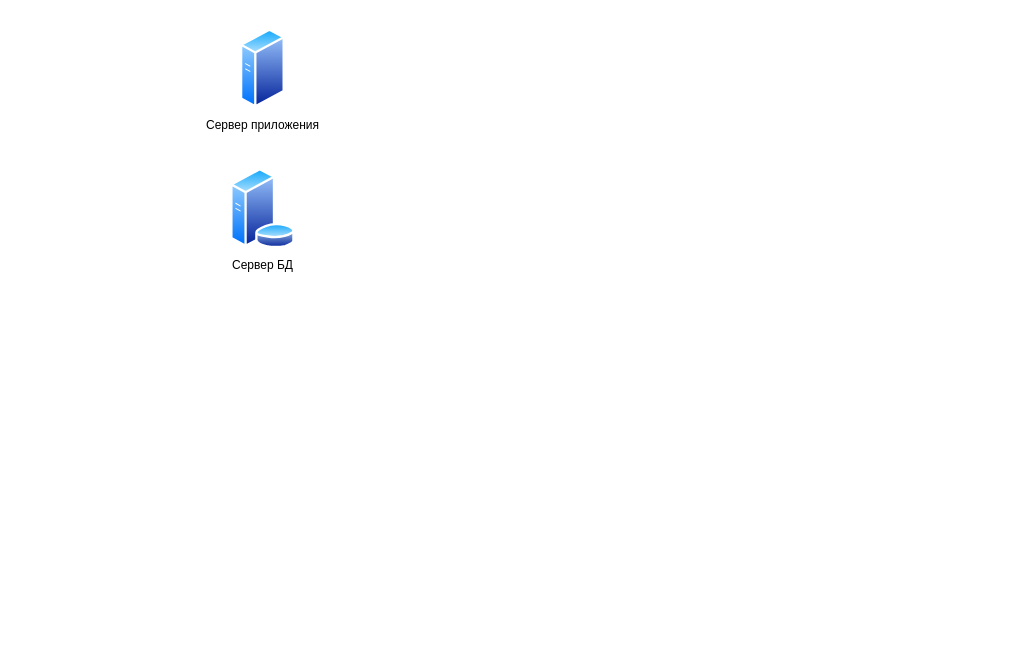
This is Схема расположения компонентов ИС.drawio from oussamanech/Git01, a draw.io file, before an edit. Source tidied: cells renumbered, new cells numbered last; positions are measured from the earlier drawing's top-left corner, leaving out a move shared by most shapes. Both pictures are drawn from the tidied source at 100%, with x=0, y=0 at pixel (230, 28).
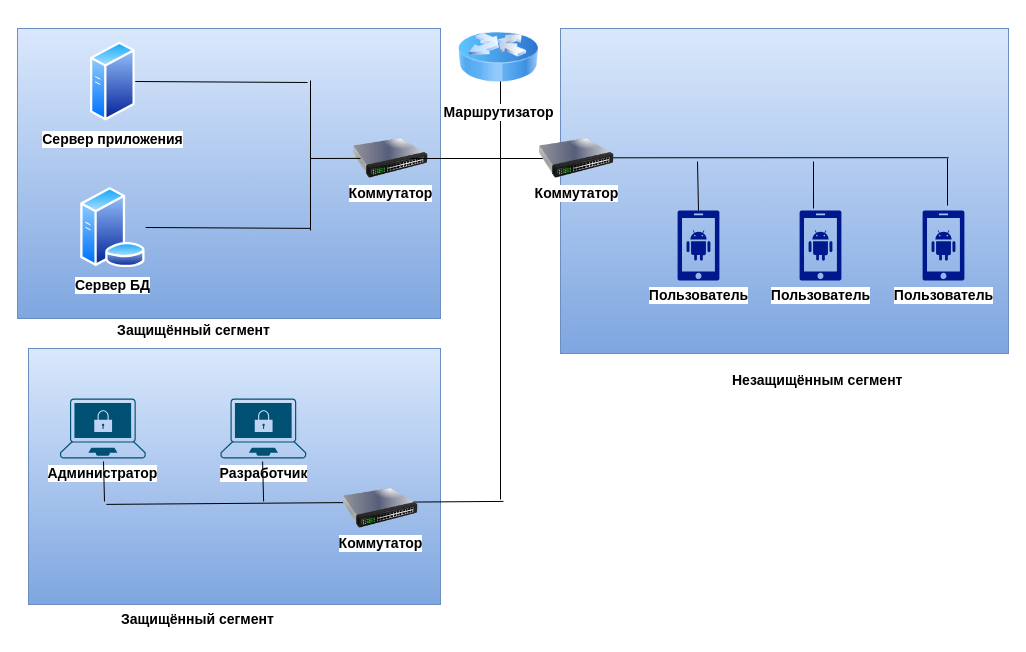
The same page after the edit.

What changed in the source:
```diff
@@
+    <mxCell id="4" style="rounded=0;whiteSpace=wrap;html=1;sketch=0;strokeColor=#6c8ebf;fillColor=#dae8fc;gradientColor=#7ea6e0;fontColor=#000000;fontSize=14;labelBackgroundColor=default;fontStyle=1;" parent="1" vertex="1">
+      <mxGeometry x="330" width="448" height="325" as="geometry" />
+    </mxCell>
+    <mxCell id="5" style="rounded=0;whiteSpace=wrap;html=1;sketch=0;strokeColor=#6c8ebf;fillColor=#dae8fc;gradientColor=#7ea6e0;fontColor=#000000;fontSize=14;labelBackgroundColor=default;fontStyle=1;" parent="1" vertex="1">
+      <mxGeometry x="-213" width="423" height="290" as="geometry" />
+    </mxCell>
-    <mxCell id="2" value="Сервер приложения" style="perimeter=ellipsePerimeter;html=1;align=center;shadow=0;dashed=0;spacingTop=3;image;image=img/lib/active_directory/generic_server.svg;" parent="1" vertex="1">
-      <mxGeometry x="10" width="44.8" height="80" as="geometry" />
+    <mxCell id="2" value="Сервер приложения" style="perimeter=ellipsePerimeter;html=1;align=center;shadow=0;dashed=0;spacingTop=3;image;image=img/lib/active_directory/generic_server.svg;fillColor=#B2C9AB;strokeColor=#788AA3;fontColor=#000000;fontSize=14;labelBackgroundColor=default;fontStyle=1;" parent="1" vertex="1">
+      <mxGeometry x="-140" y="13" width="44.8" height="80" as="geometry" />
     </mxCell>
-    <mxCell id="3" value="Сервер БД" style="perimeter=ellipsePerimeter;html=1;align=center;shadow=0;dashed=0;spacingTop=3;image;image=img/lib/active_directory/database_server.svg;" parent="1" vertex="1">
-      <mxGeometry x="-0.4" y="140" width="65.6" height="80" as="geometry" />
+    <mxCell id="3" value="Сервер БД" style="perimeter=ellipsePerimeter;html=1;align=center;shadow=0;dashed=0;spacingTop=3;image;image=img/lib/active_directory/database_server.svg;fillColor=#B2C9AB;strokeColor=#788AA3;fontColor=#000000;fontSize=14;labelBackgroundColor=default;fontStyle=1;" parent="1" vertex="1">
+      <mxGeometry x="-150.4" y="159" width="65.6" height="80" as="geometry" />
     </mxCell>
+    <mxCell id="6" value="Коммутатор" style="image;html=1;image=img/lib/clip_art/networking/Switch_128x128.png;fillColor=#B2C9AB;strokeColor=#788AA3;fontColor=#000000;fontSize=14;labelBackgroundColor=default;fontStyle=1;" parent="1" vertex="1">
+      <mxGeometry x="120" y="110" width="80" height="40" as="geometry" />
+    </mxCell>
+    <mxCell id="7" value="&lt;span style=&quot;font-size: 14px;&quot;&gt;&lt;font style=&quot;font-size: 14px;&quot;&gt;Пользователь&lt;/font&gt;&lt;/span&gt;" style="sketch=0;shadow=0;dashed=0;html=1;strokeColor=none;labelPosition=center;verticalLabelPosition=bottom;verticalAlign=top;align=center;fillColor=#00188D;shape=mxgraph.mscae.enterprise.android_phone;rounded=0;fontColor=#000000;fontSize=14;labelBackgroundColor=default;fontStyle=1;" parent="1" vertex="1">
+      <mxGeometry x="447" y="182" width="42" height="70" as="geometry" />
+    </mxCell>
+    <mxCell id="8" value="&lt;span style=&quot;font-size: 14px;&quot;&gt;&lt;font style=&quot;font-size: 14px;&quot;&gt;Пользователь&lt;/font&gt;&lt;/span&gt;" style="sketch=0;shadow=0;dashed=0;html=1;strokeColor=none;labelPosition=center;verticalLabelPosition=bottom;verticalAlign=top;align=center;fillColor=#00188D;shape=mxgraph.mscae.enterprise.android_phone;rounded=0;fontColor=#000000;fontSize=14;labelBackgroundColor=default;fontStyle=1;" parent="1" vertex="1">
+      <mxGeometry x="569" y="182" width="42" height="70" as="geometry" />
+    </mxCell>
+    <mxCell id="9" value="Пользователь" style="sketch=0;shadow=0;dashed=0;html=1;strokeColor=none;labelPosition=center;verticalLabelPosition=bottom;verticalAlign=top;align=center;fillColor=#00188D;shape=mxgraph.mscae.enterprise.android_phone;rounded=0;fontColor=#000000;fontSize=14;labelBackgroundColor=default;fontStyle=1;" parent="1" vertex="1">
+      <mxGeometry x="692" y="182" width="42" height="70" as="geometry" />
+    </mxCell>
+    <mxCell id="10" style="rounded=0;whiteSpace=wrap;html=1;sketch=0;strokeColor=#6c8ebf;fillColor=#dae8fc;gradientColor=#7ea6e0;fontColor=#000000;fontSize=14;labelBackgroundColor=default;fontStyle=1;" parent="1" vertex="1">
+      <mxGeometry x="-202" y="320" width="412" height="256" as="geometry" />
+    </mxCell>
+    <mxCell id="11" value="Разработчик" style="verticalLabelPosition=bottom;sketch=0;html=1;verticalAlign=top;align=center;shape=mxgraph.cisco19.secure_endpoints;fillColor=#005073;strokeColor=none;rounded=0;fontColor=#000000;fontSize=14;labelBackgroundColor=default;fontStyle=1;" parent="1" vertex="1">
+      <mxGeometry x="-10" y="370" width="85.7" height="60" as="geometry" />
+    </mxCell>
+    <mxCell id="12" style="endArrow=none;html=1;rounded=1;sketch=0;fontColor=#000000;strokeColor=#000000;fillColor=#B2C9AB;exitX=1;exitY=0.5;exitDx=0;exitDy=0;strokeWidth=1;fontSize=14;labelBackgroundColor=default;fontStyle=1;" parent="1" edge="1" source="2">
+      <mxGeometry relative="1" as="geometry">
+        <mxPoint x="77" y="54" as="targetPoint" />
+      </mxGeometry>
+    </mxCell>
+    <mxCell id="13" style="endArrow=none;html=1;rounded=1;sketch=0;fontColor=#000000;strokeColor=#000000;fillColor=#B2C9AB;exitX=1;exitY=0.5;exitDx=0;exitDy=0;entryX=0.581;entryY=0.172;entryDx=0;entryDy=0;entryPerimeter=0;strokeWidth=1;fontSize=14;labelBackgroundColor=default;fontStyle=1;" parent="1" edge="1" source="3">
+      <mxGeometry relative="1" as="geometry">
+        <mxPoint x="80.1" y="199.9" as="targetPoint" />
+      </mxGeometry>
+    </mxCell>
+    <mxCell id="14" style="endArrow=none;html=1;rounded=1;sketch=0;fontColor=#000000;strokeColor=#000000;fillColor=#B2C9AB;strokeWidth=1;fontSize=14;labelBackgroundColor=default;fontStyle=1;" parent="1" edge="1">
+      <mxGeometry relative="1" as="geometry">
+        <mxPoint x="80" y="202" as="sourcePoint" />
+        <mxPoint x="80" y="52" as="targetPoint" />
+      </mxGeometry>
+    </mxCell>
+    <mxCell id="15" style="endArrow=none;html=1;rounded=1;sketch=0;fontColor=#000000;strokeColor=#000000;fillColor=#B2C9AB;entryX=0.581;entryY=0.172;entryDx=0;entryDy=0;entryPerimeter=0;fontSize=14;labelBackgroundColor=default;fontStyle=1;" parent="1" edge="1">
+      <mxGeometry relative="1" as="geometry">
+        <mxPoint x="80" y="130" as="sourcePoint" />
+        <mxPoint x="130.1" y="129.9" as="targetPoint" />
+      </mxGeometry>
+    </mxCell>
+    <mxCell id="16" style="endArrow=none;html=1;rounded=1;sketch=0;fontColor=#000000;strokeColor=#000000;fillColor=#B2C9AB;exitX=0.75;exitY=0.5;exitDx=0;exitDy=0;exitPerimeter=0;strokeWidth=1;fontSize=14;labelBackgroundColor=default;fontStyle=1;" parent="1" edge="1" source="6">
+      <mxGeometry relative="1" as="geometry">
+        <mxPoint x="350" y="130" as="targetPoint" />
+      </mxGeometry>
+    </mxCell>
+    <mxCell id="17" style="endArrow=none;html=1;rounded=1;sketch=0;fontColor=#000000;strokeColor=#000000;fillColor=#B2C9AB;strokeWidth=1;fontSize=14;labelBackgroundColor=default;fontStyle=1;" parent="1" edge="1">
+      <mxGeometry relative="1" as="geometry">
+        <mxPoint x="270" y="471" as="sourcePoint" />
+        <mxPoint x="270" y="20" as="targetPoint" />
+      </mxGeometry>
+    </mxCell>
+    <mxCell id="18" style="endArrow=none;html=1;rounded=1;sketch=0;fontColor=#000000;strokeColor=#000000;fillColor=#B2C9AB;entryX=0.581;entryY=0.172;entryDx=0;entryDy=0;entryPerimeter=0;exitX=0.189;exitY=0.609;exitDx=0;exitDy=0;exitPerimeter=0;strokeWidth=1;fontSize=14;labelBackgroundColor=default;fontStyle=1;" parent="1" edge="1" source="10">
+      <mxGeometry relative="1" as="geometry">
+        <mxPoint x="273" y="472.9" as="targetPoint" />
+      </mxGeometry>
+    </mxCell>
+    <mxCell id="19" value="Коммутатор" style="image;html=1;image=img/lib/clip_art/networking/Switch_128x128.png;fillColor=#B2C9AB;strokeColor=#788AA3;fontColor=#000000;fontSize=14;labelBackgroundColor=default;fontStyle=1;" parent="1" vertex="1">
+      <mxGeometry x="110" y="460" width="80" height="40" as="geometry" />
+    </mxCell>
+    <mxCell id="20" value="Администратор" style="verticalLabelPosition=bottom;sketch=0;html=1;verticalAlign=top;align=center;shape=mxgraph.cisco19.secure_endpoints;fillColor=#005073;strokeColor=none;rounded=0;fontColor=#000000;fontSize=14;labelBackgroundColor=default;fontStyle=1;" parent="1" vertex="1">
+      <mxGeometry x="-170.5" y="370" width="85.7" height="60" as="geometry" />
+    </mxCell>
+    <mxCell id="21" style="endArrow=none;html=1;rounded=1;sketch=0;fontColor=#000000;strokeColor=#000000;fillColor=#B2C9AB;strokeWidth=1;fontSize=14;labelBackgroundColor=default;fontStyle=1;" parent="1" edge="1">
+      <mxGeometry relative="1" as="geometry">
+        <mxPoint x="-126" y="473" as="sourcePoint" />
+        <mxPoint x="-127" y="433" as="targetPoint" />
+      </mxGeometry>
+    </mxCell>
+    <mxCell id="22" style="endArrow=none;html=1;rounded=1;sketch=0;fontColor=#000000;strokeColor=#000000;fillColor=#B2C9AB;strokeWidth=1;fontSize=14;labelBackgroundColor=default;fontStyle=1;" parent="1" edge="1">
+      <mxGeometry relative="1" as="geometry">
+        <mxPoint x="33.1" y="473" as="sourcePoint" />
+        <mxPoint x="32.1" y="433" as="targetPoint" />
+      </mxGeometry>
+    </mxCell>
+    <mxCell id="23" style="endArrow=none;html=1;rounded=1;sketch=0;fontColor=#000000;strokeColor=#000000;fillColor=#B2C9AB;entryX=0.581;entryY=0.172;entryDx=0;entryDy=0;entryPerimeter=0;exitX=0.177;exitY=0.805;exitDx=0;exitDy=0;exitPerimeter=0;strokeWidth=1;fontSize=14;labelBackgroundColor=default;fontStyle=1;" parent="1" edge="1">
+      <mxGeometry relative="1" as="geometry">
+        <mxPoint x="319" y="129.3" as="sourcePoint" />
+        <mxPoint x="718.2" y="129.2" as="targetPoint" />
+      </mxGeometry>
+    </mxCell>
+    <mxCell id="24" value="Коммутатор" style="image;html=1;image=img/lib/clip_art/networking/Switch_128x128.png;fillColor=#B2C9AB;strokeColor=#788AA3;fontColor=#000000;fontSize=14;labelBackgroundColor=default;fontStyle=1;" parent="1" vertex="1">
+      <mxGeometry x="306" y="110" width="80" height="40" as="geometry" />
+    </mxCell>
+    <mxCell id="25" style="endArrow=none;html=1;rounded=1;sketch=0;fontColor=#000000;strokeColor=#000000;fillColor=#B2C9AB;strokeWidth=1;exitX=0.5;exitY=0;exitDx=0;exitDy=0;exitPerimeter=0;fontSize=14;labelBackgroundColor=default;fontStyle=1;" parent="1" edge="1" source="7">
+      <mxGeometry relative="1" as="geometry">
+        <mxPoint x="467" y="133" as="targetPoint" />
+      </mxGeometry>
+    </mxCell>
+    <mxCell id="26" style="endArrow=none;html=1;rounded=1;sketch=0;fontColor=#000000;strokeColor=#000000;fillColor=#B2C9AB;strokeWidth=1;exitX=0.5;exitY=0;exitDx=0;exitDy=0;exitPerimeter=0;fontSize=14;labelBackgroundColor=default;fontStyle=1;" parent="1" edge="1">
+      <mxGeometry relative="1" as="geometry">
+        <mxPoint x="583" y="180" as="sourcePoint" />
+        <mxPoint x="583" y="133" as="targetPoint" />
+      </mxGeometry>
+    </mxCell>
+    <mxCell id="27" style="endArrow=none;html=1;rounded=1;sketch=0;fontColor=#000000;strokeColor=#000000;fillColor=#B2C9AB;strokeWidth=1;exitX=0.5;exitY=0;exitDx=0;exitDy=0;exitPerimeter=0;fontSize=14;labelBackgroundColor=default;fontStyle=1;" parent="1" edge="1">
+      <mxGeometry relative="1" as="geometry">
+        <mxPoint x="717" y="177" as="sourcePoint" />
+        <mxPoint x="717" y="130" as="targetPoint" />
+      </mxGeometry>
+    </mxCell>
+    <mxCell id="28" value="&lt;span style=&quot;font-size: 14px;&quot;&gt;&lt;font style=&quot;font-size: 14px;&quot;&gt;Маршрутизатор&lt;/font&gt;&lt;/span&gt;" style="image;html=1;image=img/lib/clip_art/networking/Router_Icon_128x128.png;fillColor=#B2C9AB;strokeColor=#788AA3;fontColor=#000000;fontSize=14;labelBackgroundColor=default;fontStyle=1;" parent="1" vertex="1">
+      <mxGeometry x="228" y="-11" width="80" height="80" as="geometry" />
+    </mxCell>
+    <mxCell id="29" value="Защищённый сегмент" style="text;html=1;align=center;verticalAlign=middle;strokeColor=none;fillColor=none;fontSize=14;fontColor=#000000;labelBackgroundColor=default;fontStyle=1;" parent="1" vertex="1">
+      <mxGeometry x="-119" y="291" width="163" height="21" as="geometry" />
+    </mxCell>
+    <mxCell id="30" value="Защищённый сегмент" style="text;whiteSpace=wrap;html=1;fontSize=14;fontColor=#000000;labelBackgroundColor=default;fontStyle=1;" parent="1" vertex="1">
+      <mxGeometry x="-111" y="576" width="164" height="31" as="geometry" />
+    </mxCell>
+    <mxCell id="31" value="Незащищённым сегмент" style="text;whiteSpace=wrap;html=1;fontSize=14;fontColor=#000000;labelBackgroundColor=default;fontStyle=1;" parent="1" vertex="1">
+      <mxGeometry x="499.5" y="337" width="181" height="31" as="geometry" />
+    </mxCell>
```
